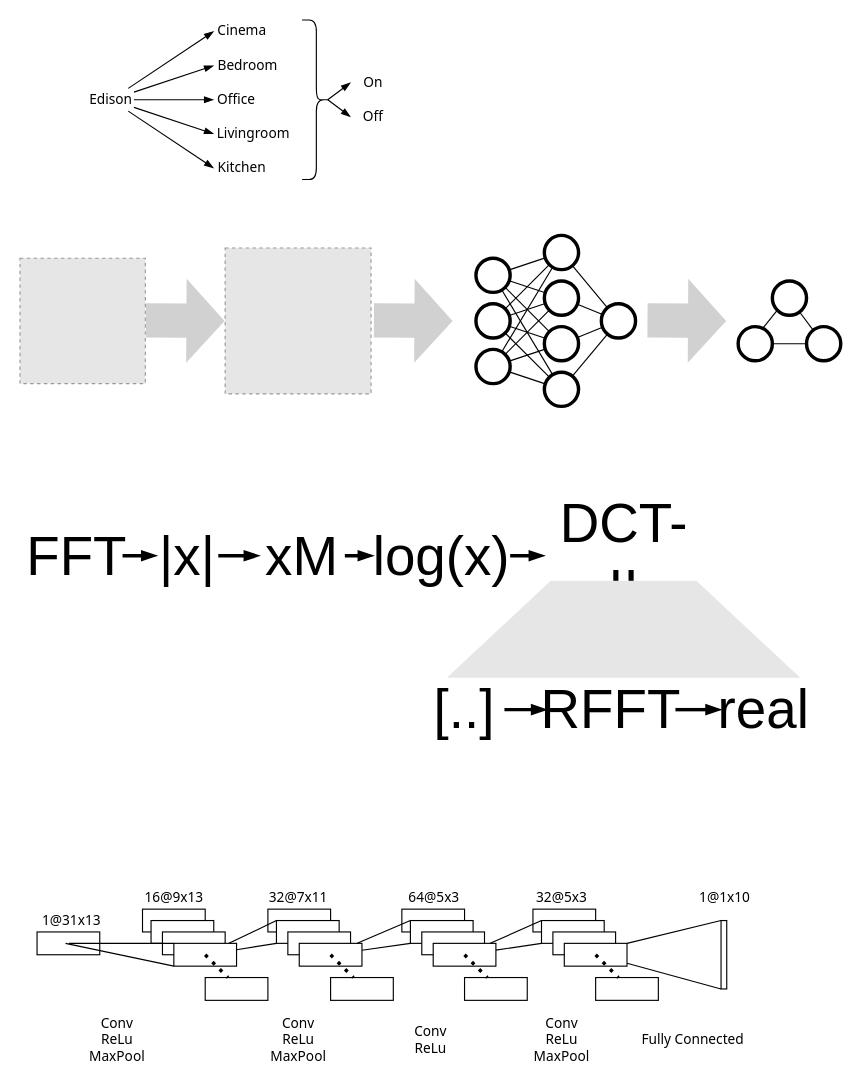
Above: doc/img/edison.drawio in huettern/edison (draw.io), before the change. Source tidied: cells renumbered, new cells numbered last; positions are measured from the earlier drawing's top-left corner, leaving out a move shared by most shapes. Both pictures are drawn from the tidied source at 114%, with x=0, y=0 at pixel (19, 19). Pictures stored in the file or linked from it are replaced by grey dashed boxes.
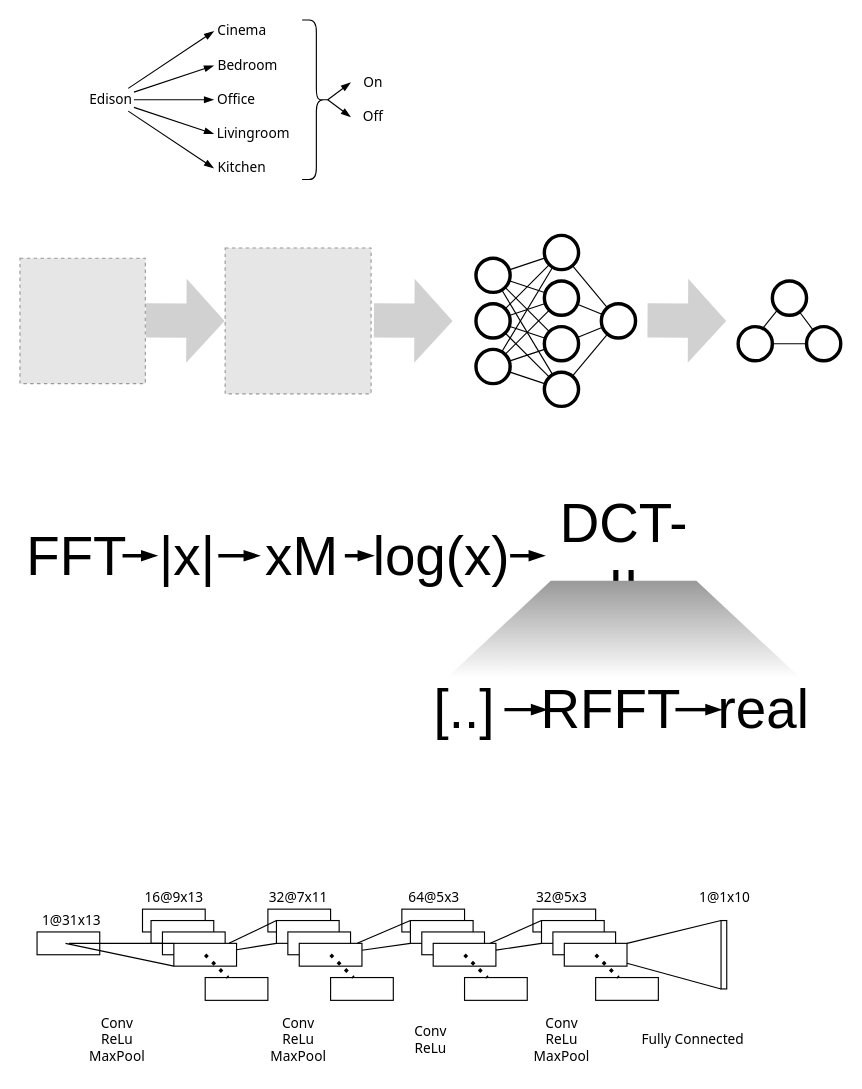
The same diagram, later.

Diff of the diagram source:
```diff
@@
-    <mxCell id="51" style="shape=trapezoid;perimeter=trapezoidPerimeter;whiteSpace=wrap;html=1;strokeWidth=3;fontFamily=Tahoma;fontSize=48;size=0.2939068100358427;strokeColor=none;fillColor=#E6E6E6;gradientColor=none;" parent="1" vertex="1">
+    <mxCell id="51" style="shape=trapezoid;perimeter=trapezoidPerimeter;whiteSpace=wrap;html=1;strokeWidth=3;fontFamily=Tahoma;fontSize=48;size=0.2939068100358427;strokeColor=none;fillColor=#999999;gradientColor=#FFFFFF;" parent="1" vertex="1">
       <mxGeometry x="374.5" y="492" width="310" height="85" as="geometry" />
     </mxCell>
```
